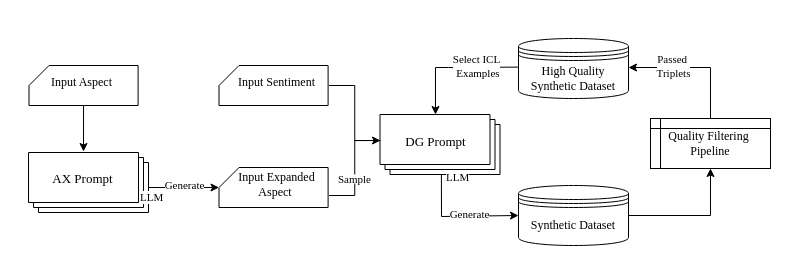
Before: IDG4ABSC.drawio in sara-kaczmarek/LLMB4ABSC, a draw.io diagram. Source tidied: cells renumbered, new cells numbered last; positions are measured from the earlier drawing's top-left corner, leaving out a move shared by most shapes. Both pictures are drawn from the tidied source at 100%, with x=0, y=0 at pixel (18, 38).
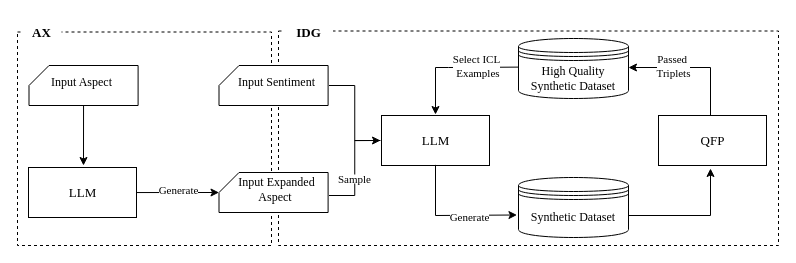
After the change.

Unchanged cells that the change refers to:
```xml
<mxCell id="3" style="verticalLabelPosition=bottom;verticalAlign=top;html=1;shape=card;whiteSpace=wrap;size=20;arcSize=12;" parent="2" vertex="1">
  <mxGeometry x="10.5" width="109.1" height="40" as="geometry" />
</mxCell>
<mxCell id="9" style="verticalLabelPosition=bottom;verticalAlign=top;html=1;shape=card;whiteSpace=wrap;size=20;arcSize=12;" parent="8" vertex="1">
  <mxGeometry x="5.5" width="109.1" height="40" as="geometry" />
</mxCell>
```

Change to the diagram source:
```diff
@@
+    <mxCell id="35" style="verticalLabelPosition=bottom;verticalAlign=top;html=1;shape=mxgraph.basic.rect;fillColor2=none;strokeWidth=1;size=20;indent=5;fillColor=none;dashed=1;" parent="1" vertex="1">
+      <mxGeometry x="-1" y="-6.5" width="254" height="213.5" as="geometry" />
+    </mxCell>
+    <mxCell id="36" style="verticalLabelPosition=bottom;verticalAlign=top;html=1;shape=mxgraph.basic.rect;fillColor2=none;strokeWidth=1;size=20;indent=5;fillColor=none;dashed=1;" parent="1" vertex="1">
+      <mxGeometry x="260" y="-7.5" width="500" height="214.5" as="geometry" />
+    </mxCell>
@@
     <mxCell id="8" style="group;" parent="1" vertex="1">
-      <mxGeometry x="195" y="129" width="125.5" height="45" as="geometry" />
+      <mxGeometry x="195" y="134" width="125.5" height="45" as="geometry" />
     </mxCell>
@@
-    <mxCell id="11" style="group;" parent="1" vertex="1">
-      <mxGeometry x="361.5" y="76" width="120" height="60" as="geometry" />
-    </mxCell>
-    <mxCell id="12" style="verticalLabelPosition=bottom;verticalAlign=top;html=1;shape=mxgraph.basic.layered_rect;dx=10;whiteSpace=wrap;" parent="11" vertex="1">
-      <mxGeometry width="120" height="60" as="geometry" />
-    </mxCell>
-    <mxCell id="13" value="&lt;font style=&quot;font-size: 13px;&quot; face=&quot;Times New Roman&quot;&gt;DG Prompt&lt;/font&gt;" style="text;strokeColor=none;align=center;fillColor=none;html=1;verticalAlign=middle;whiteSpace=wrap;rounded=0;" parent="11" vertex="1">
-      <mxGeometry width="111.4" height="53.3" as="geometry" />
-    </mxCell>
-    <mxCell id="14" style="endArrow=classic;html=1;rounded=0;entryX=0;entryY=0.5;entryDx=0;entryDy=0;" parent="11" edge="1" target="25">
-      <mxGeometry relative="1" as="geometry">
-        <mxPoint x="61.4" y="60" as="sourcePoint" />
-        <Array as="points">
-          <mxPoint x="61.5" y="102" />
-        </Array>
-      </mxGeometry>
-    </mxCell>
-    <mxCell id="15" value="&lt;font face=&quot;Times New Roman&quot;&gt;Generate&lt;/font&gt;" style="edgeLabel;html=1;align=center;verticalAlign=middle;" parent="14" vertex="1">
-      <mxGeometry x="0.18" y="2" relative="1" as="geometry" />
-    </mxCell>
-    <mxCell id="16" style="group;" parent="1" vertex="1">
-      <mxGeometry x="32.3" y="114" width="162.7" height="60" as="geometry" />
-    </mxCell>
-    <mxCell id="17" style="verticalLabelPosition=bottom;verticalAlign=top;html=1;shape=mxgraph.basic.layered_rect;dx=10;outlineConnect=0;whiteSpace=wrap;" parent="16" vertex="1">
-      <mxGeometry x="-22.3" width="120" height="60" as="geometry" />
-    </mxCell>
-    <mxCell id="18" value="&lt;font style=&quot;font-size: 13px;&quot; face=&quot;Times New Roman&quot;&gt;AX Prompt&lt;/font&gt;" style="text;strokeColor=none;align=center;fillColor=none;html=1;verticalAlign=middle;whiteSpace=wrap;rounded=0;" parent="16" vertex="1">
-      <mxGeometry x="-23" y="-1" width="111.4" height="53.3" as="geometry" />
-    </mxCell>
-    <mxCell id="19" style="endArrow=classic;html=1;rounded=0;entryX=0;entryY=0;entryDx=0;entryDy=20;entryPerimeter=0;exitX=0;exitY=0;exitDx=120;exitDy=35;exitPerimeter=0;" parent="1" edge="1" source="17" target="9">
+    <mxCell id="19" style="endArrow=classic;html=1;rounded=0;entryX=0;entryY=0;entryDx=0;entryDy=20;entryPerimeter=0;exitX=1;exitY=0.5;exitDx=0;exitDy=0;" parent="1" edge="1" source="39" target="9">
       <mxGeometry relative="1" as="geometry" />
     </mxCell>
@@
-    <mxCell id="21" value="&lt;font face=&quot;Times New Roman&quot;&gt;LLM&lt;/font&gt;" style="edgeLabel;html=1;align=left;verticalAlign=bottom;" parent="19" vertex="1">
-      <mxGeometry x="-1" relative="1" as="geometry">
-        <mxPoint x="-10" y="18" as="offset" />
-      </mxGeometry>
-    </mxCell>
-    <mxCell id="22" style="endArrow=classic;html=1;rounded=0;exitX=0.5;exitY=1;exitDx=0;exitDy=0;exitPerimeter=0;entryX=0.5;entryY=0;entryDx=0;entryDy=0;" parent="1" edge="1" source="3" target="18">
-      <mxGeometry relative="1" as="geometry" />
+    <mxCell id="22" style="endArrow=classic;html=1;rounded=0;exitX=0.5;exitY=1;exitDx=0;exitDy=0;exitPerimeter=0;" parent="1" edge="1" source="3">
+      <mxGeometry relative="1" as="geometry">
+        <mxPoint x="65" y="127" as="targetPoint" />
+      </mxGeometry>
     </mxCell>
@@
     <mxCell id="25" value="&lt;font face=&quot;Times New Roman&quot;&gt;Synthetic Dataset&lt;/font&gt;" style="shape=datastore;whiteSpace=wrap;html=1;" parent="1" vertex="1">
-      <mxGeometry x="500" y="147" width="110" height="60" as="geometry" />
+      <mxGeometry x="500" y="139" width="110" height="60" as="geometry" />
     </mxCell>
-    <mxCell id="26" value="&lt;div&gt;&lt;span style=&quot;font-family: &amp;quot;Times New Roman&amp;quot;; background-color: transparent; color: light-dark(rgb(0, 0, 0), rgb(255, 255, 255));&quot;&gt;Quality Filtering&amp;nbsp;&lt;/span&gt;&lt;/div&gt;&lt;div&gt;&lt;font face=&quot;Times New Roman&quot;&gt;Pipeline&lt;/font&gt;&lt;/div&gt;" style="shape=internalStorage;whiteSpace=wrap;html=1;backgroundOutline=1;dx=10;dy=10;align=center;" parent="1" vertex="1">
-      <mxGeometry x="632" y="80" width="120" height="50" as="geometry" />
-    </mxCell>
@@
-    <mxCell id="28" style="endArrow=classic;html=1;rounded=0;entryX=0.5;entryY=1;entryDx=0;entryDy=0;" parent="1" edge="1" target="26">
+    <mxCell id="28" style="endArrow=classic;html=1;rounded=0;entryX=0.5;entryY=1;entryDx=0;entryDy=0;" parent="1" edge="1">
       <mxGeometry relative="1" as="geometry">
         <mxPoint x="610" y="177" as="sourcePoint" />
+        <mxPoint x="692" y="130" as="targetPoint" />
         <Array as="points">
           <mxPoint x="692" y="177" />
         </Array>
       </mxGeometry>
     </mxCell>
-    <mxCell id="29" style="endArrow=classic;html=1;rounded=0;exitX=0.5;exitY=0;exitDx=0;exitDy=0;" parent="1" edge="1" source="26">
+    <mxCell id="29" style="endArrow=classic;html=1;rounded=0;exitX=0.5;exitY=0;exitDx=0;exitDy=0;" parent="1" edge="1">
       <mxGeometry relative="1" as="geometry">
+        <mxPoint x="692" y="80" as="sourcePoint" />
         <mxPoint x="610" y="29" as="targetPoint" />
         <Array as="points">
           <mxPoint x="692" y="29" />
         </Array>
       </mxGeometry>
     </mxCell>
@@
-    <mxCell id="33" value="&lt;font face=&quot;Times New Roman&quot;&gt;LLM&lt;/font&gt;" style="edgeLabel;html=1;align=left;verticalAlign=bottom;" parent="1" vertex="1">
-      <mxGeometry x="426" y="147" as="geometry" />
-    </mxCell>
@@
+    <mxCell id="37" style="group;" parent="1" vertex="1">
+      <mxGeometry x="10" y="129" width="108" height="50" as="geometry" />
+    </mxCell>
+    <mxCell id="38" style="rounded=0;whiteSpace=wrap;html=1;" parent="37" vertex="1">
+      <mxGeometry width="108" height="50" as="geometry" />
+    </mxCell>
+    <mxCell id="39" value="&lt;font style=&quot;font-size: 13px;&quot; face=&quot;Times New Roman&quot;&gt;LLM&lt;/font&gt;" style="text;strokeColor=none;align=center;fillColor=none;html=1;verticalAlign=middle;whiteSpace=wrap;rounded=0;" parent="37" vertex="1">
+      <mxGeometry x="0.5" y="3.6" width="107" height="42.9" as="geometry" />
+    </mxCell>
+    <mxCell id="40" style="group;" parent="1" vertex="1">
+      <mxGeometry x="363" y="77" width="108" height="50" as="geometry" />
+    </mxCell>
+    <mxCell id="41" style="rounded=0;whiteSpace=wrap;html=1;" parent="40" vertex="1">
+      <mxGeometry width="108" height="50" as="geometry" />
+    </mxCell>
+    <mxCell id="42" value="&lt;font style=&quot;font-size: 13px;&quot; face=&quot;Times New Roman&quot;&gt;LLM&lt;/font&gt;" style="text;strokeColor=none;align=center;fillColor=none;html=1;verticalAlign=middle;whiteSpace=wrap;rounded=0;" parent="40" vertex="1">
+      <mxGeometry x="0.5" y="3.6" width="107" height="42.9" as="geometry" />
+    </mxCell>
+    <mxCell id="43" style="endArrow=classic;html=1;rounded=0;exitX=0.5;exitY=1;exitDx=0;exitDy=0;entryX=-0.014;entryY=0.625;entryDx=0;entryDy=0;entryPerimeter=0;" parent="1" edge="1" target="25">
+      <mxGeometry relative="1" as="geometry">
+        <mxPoint x="417" y="126.4" as="sourcePoint" />
+        <Array as="points">
+          <mxPoint x="417" y="177" />
+        </Array>
+      </mxGeometry>
+    </mxCell>
+    <mxCell id="15" value="&lt;font face=&quot;Times New Roman&quot;&gt;Generate&lt;/font&gt;" style="edgeLabel;html=1;align=center;verticalAlign=middle;" parent="43" vertex="1">
+      <mxGeometry x="0.27" y="-2" relative="1" as="geometry" />
+    </mxCell>
+    <mxCell id="44" style="group;" parent="1" vertex="1">
+      <mxGeometry x="640" y="77" width="108" height="50" as="geometry" />
+    </mxCell>
+    <mxCell id="45" style="rounded=0;whiteSpace=wrap;html=1;" parent="44" vertex="1">
+      <mxGeometry width="108" height="50" as="geometry" />
+    </mxCell>
+    <mxCell id="46" value="&lt;font style=&quot;font-size: 13px;&quot; face=&quot;Times New Roman&quot;&gt;QFP&lt;/font&gt;" style="text;strokeColor=none;align=center;fillColor=none;html=1;verticalAlign=middle;whiteSpace=wrap;rounded=0;" parent="44" vertex="1">
+      <mxGeometry x="0.5" y="3.6" width="107" height="42.9" as="geometry" />
+    </mxCell>
+    <mxCell id="47" value="&lt;font face=&quot;Times New Roman&quot; style=&quot;background-color: light-dark(#ffffff, var(--ge-dark-color, #121212));&quot;&gt;&lt;b&gt;IDG&lt;/b&gt;&lt;/font&gt;" style="text;html=1;align=center;verticalAlign=middle;strokeColor=none;fillColor=default;fontSize=13;" parent="1" vertex="1">
+      <mxGeometry x="264.5" y="-21.5" width="50" height="30" as="geometry" />
+    </mxCell>
+    <mxCell id="48" value="&lt;font face=&quot;Times New Roman&quot; style=&quot;background-color: light-dark(#ffffff, var(--ge-dark-color, #121212));&quot;&gt;&lt;b&gt;AX&lt;/b&gt;&lt;/font&gt;" style="text;html=1;align=center;verticalAlign=middle;strokeColor=none;fillColor=default;fontSize=13;" parent="1" vertex="1">
+      <mxGeometry x="3" y="-21.5" width="40" height="30" as="geometry" />
+    </mxCell>
```
